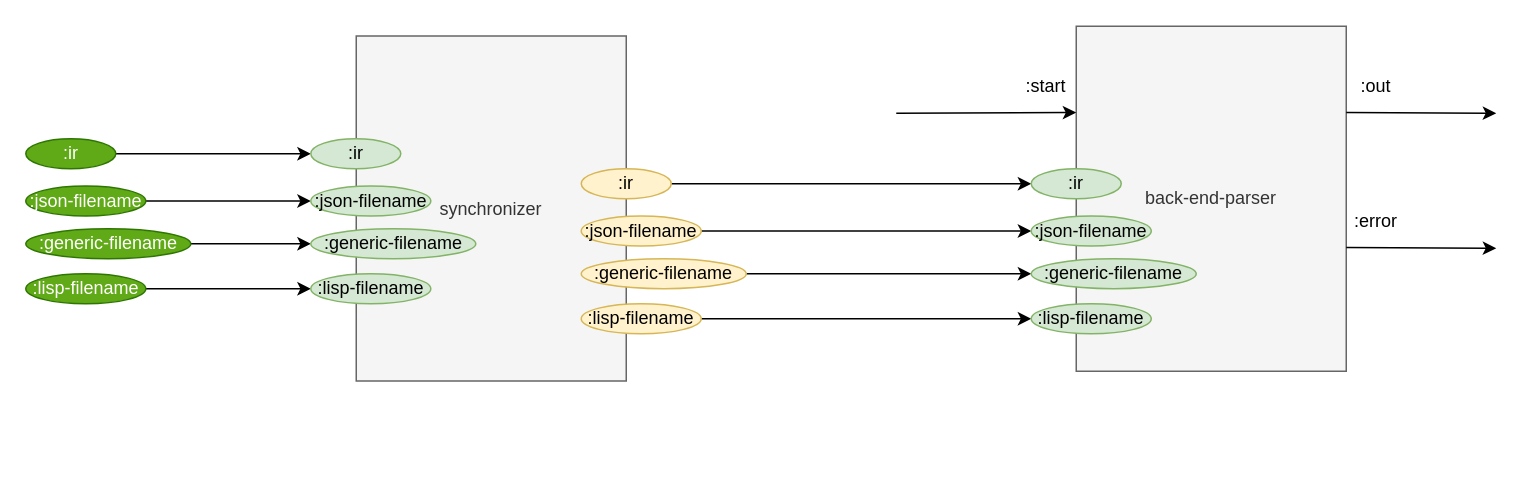
Above: page "back end" (1 of 3) of svg/back-end/back-end.drawio in bmfbp/bmfbp (draw.io), before the change. Source tidied: cells renumbered, new cells numbered last; positions are measured from the earlier drawing's top-left corner, leaving out a move shared by most shapes. Both pictures are drawn from the tidied source at 150%, with x=0, y=0 at pixel (26, 26).
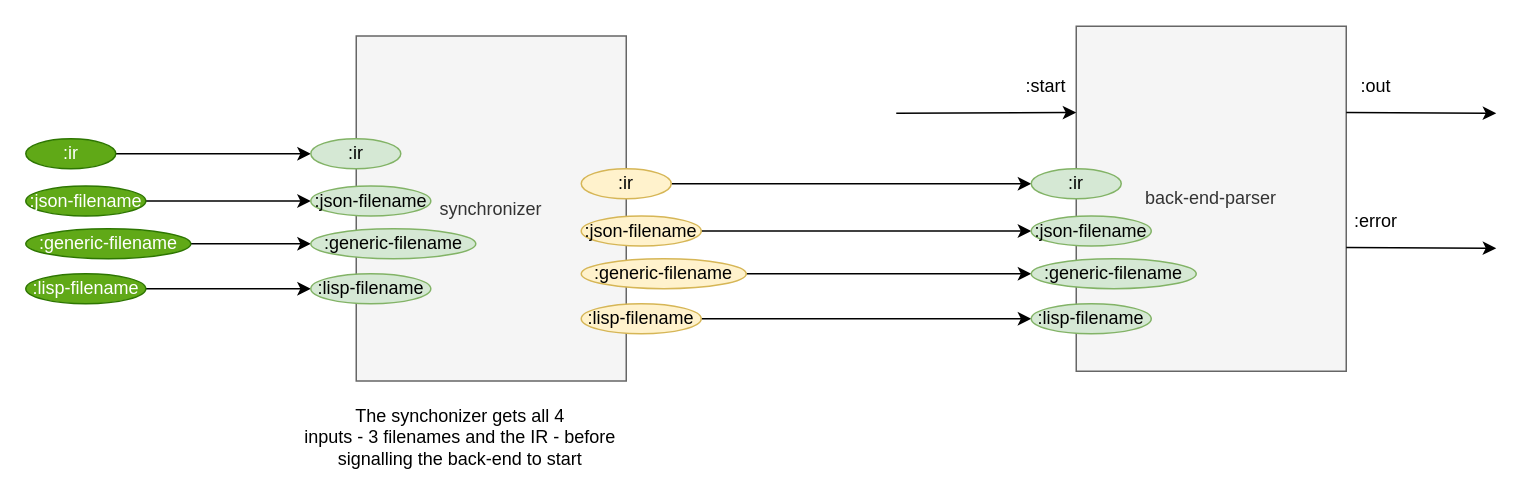
The same page after the edit.

What changed in the source:
```diff
@@
+    <mxCell id="34" value="The synchonizer gets all 4&lt;br&gt;inputs - 3 filenames and the IR - before&lt;br&gt;signalling the back-end to start" style="text;html=1;align=center;verticalAlign=middle;" parent="1" vertex="1">
+      <mxGeometry x="179" y="249" width="220" height="50" as="geometry" />
+    </mxCell>
```
